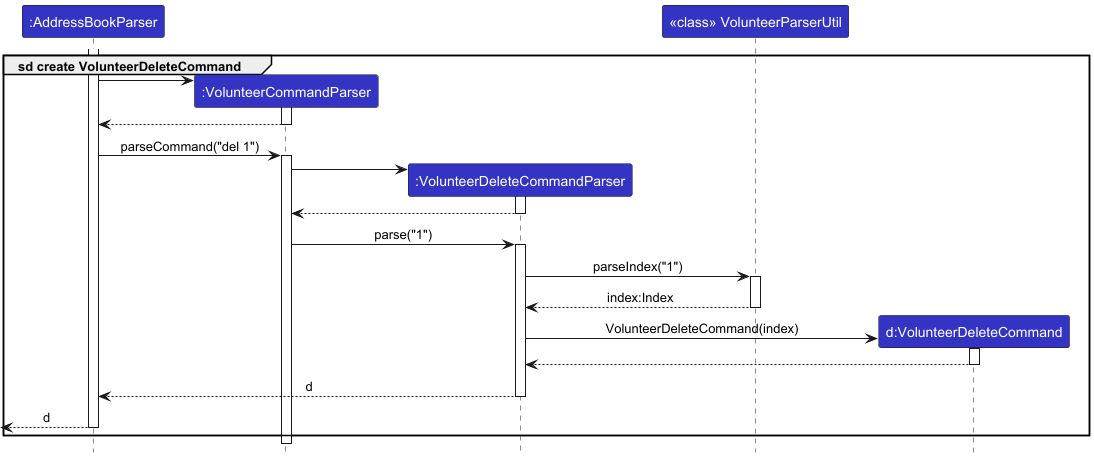
This is docs/images/DeleteVolunteerSequenceDiagramSdFrame.png from nus-cs2103-AY2425S1/tp, a PlantUML export, as it was before one commit.
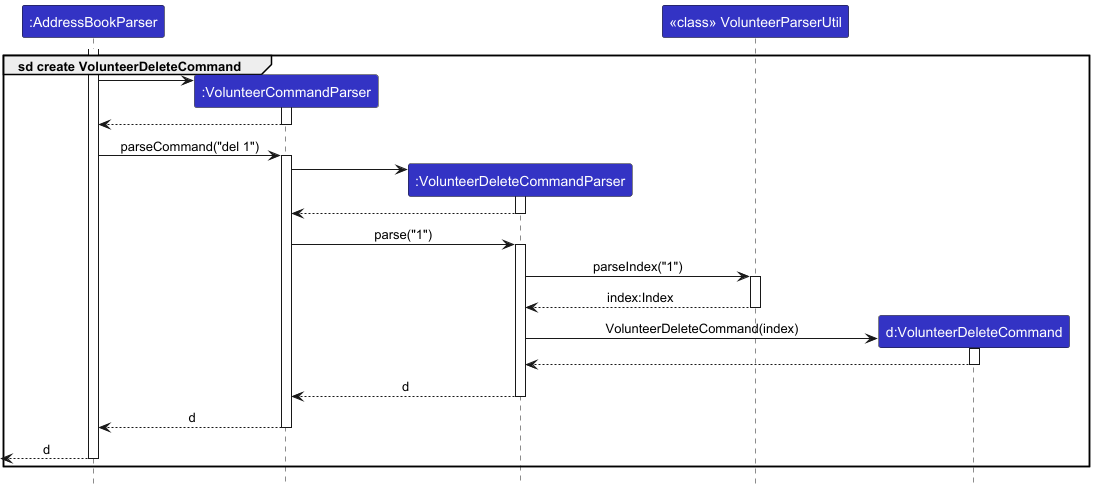
The same file after the commit.

What changed in the source:
```diff
@@ -45,8 +45,11 @@
 VolunteerDeleteCommand --> VolunteerDeleteCommandParser
 deactivate VolunteerDeleteCommand
 
-VolunteerDeleteCommandParser --> AddressBookParser : d
+VolunteerDeleteCommandParser --> VolunteerCommandParser : d
 deactivate VolunteerDeleteCommandParser
+
+VolunteerCommandParser --> AddressBookParser : d
+deactivate VolunteerCommandParser
 
 [<-- AddressBookParser : d
 deactivate AddressBookParser
```
